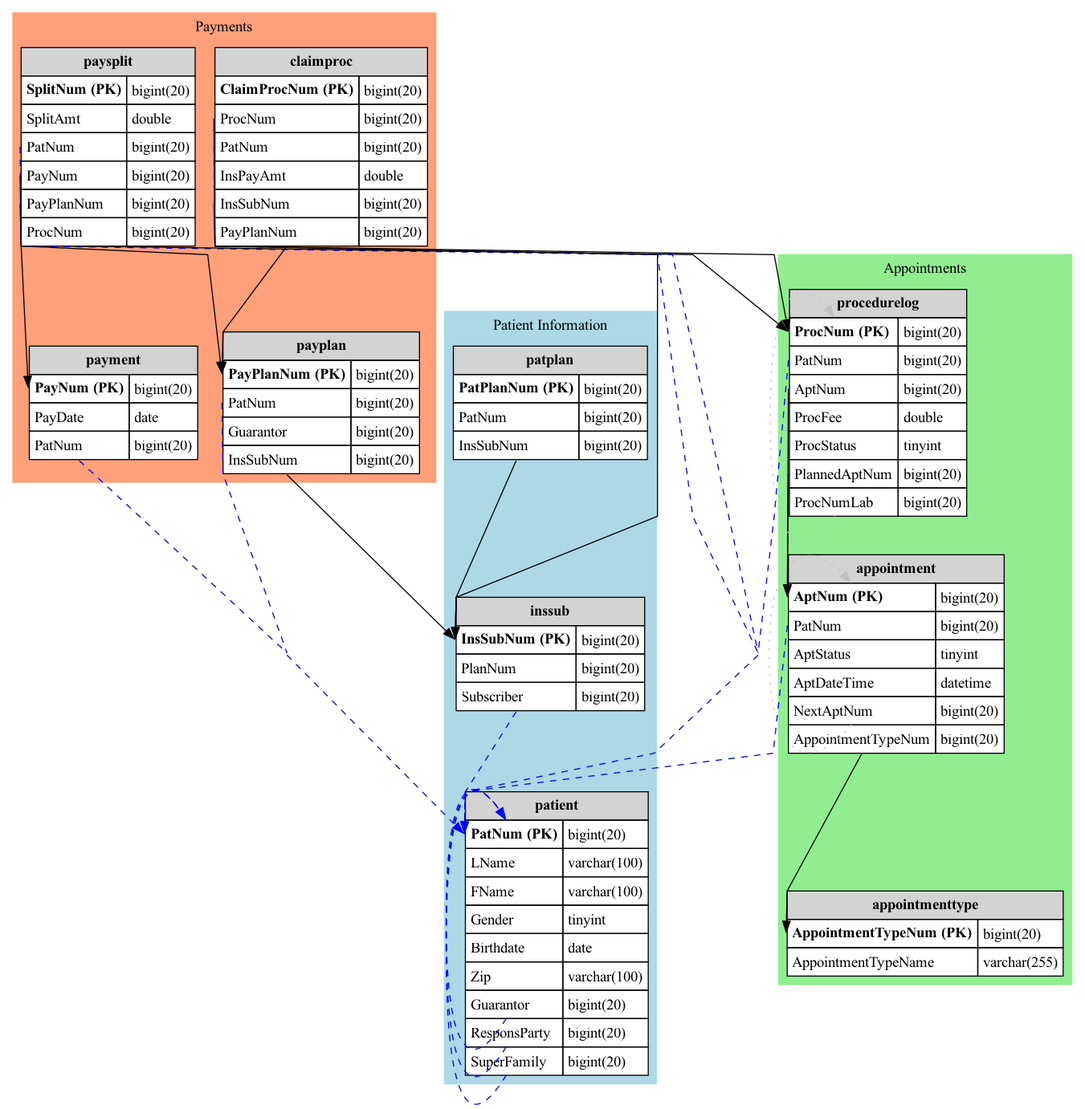
Jiang-Li/OpenDentalData keeps this Graphviz diagram as docs/database_erd.png. Above is the earlier version. Its source is kept beside it as docs/database_erd.dot.
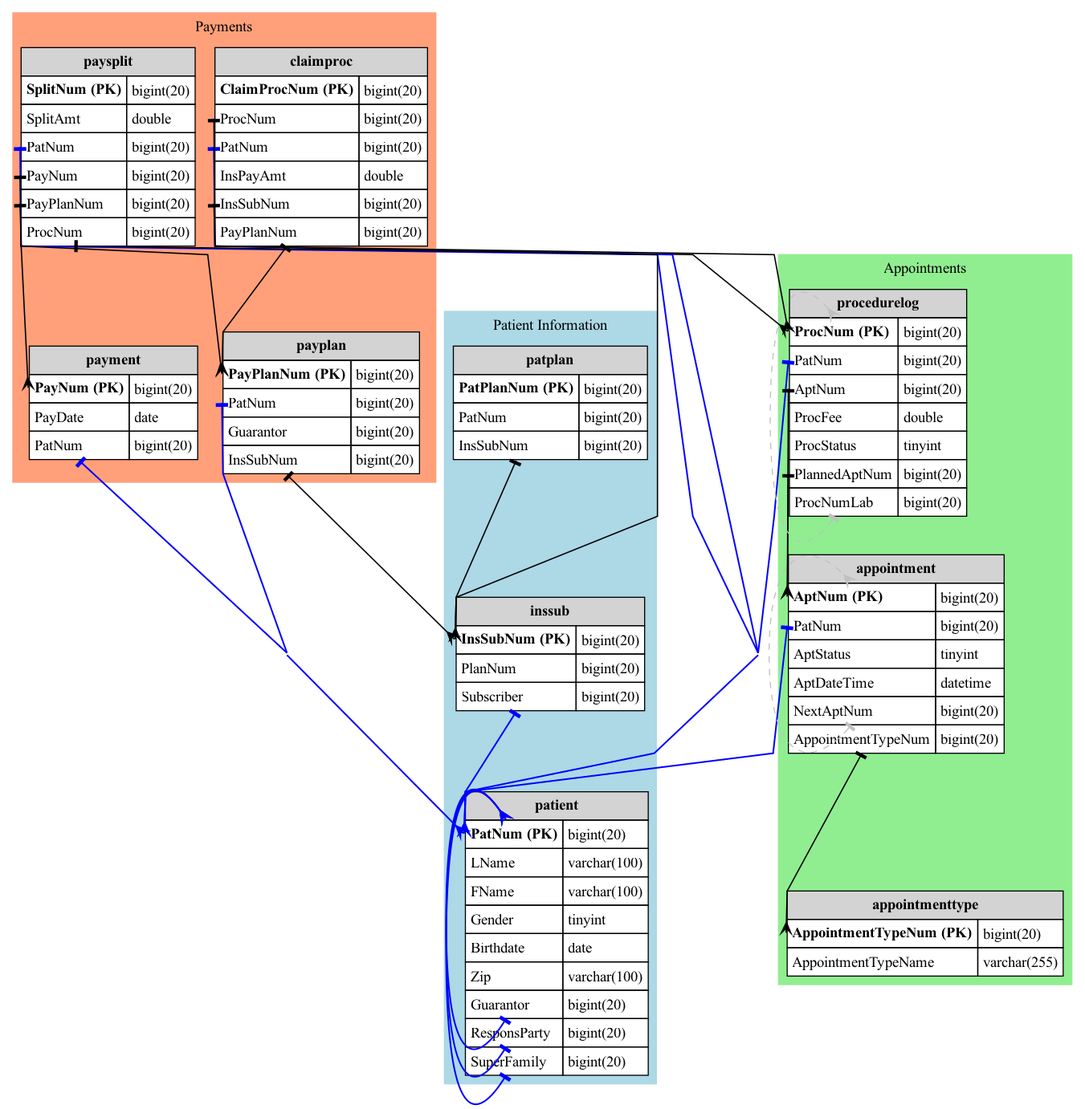
After the change.

Commit message:
Fix FK-PK relationships: - Improve foreign key detection - Ensure FKs point to PKs - Add proper crow's foot notation

What changed in the source:
```diff
@@ -1,9 +1,11 @@
 digraph G {
   rankdir="TB";
   node [shape=none, margin=0];
-  edge [fontsize=9, len=1.5];
+  edge [fontsize=9, len=1.2];
   splines=polyline;
   concentrate=true;
+  edge [dir=both];
+  edge [arrowhead=none, arrowtail=none];
   subgraph cluster_patient {
     style="filled";
     color=lightblue;
@@ -35,28 +37,28 @@
   payplan [label=<<TABLE BORDER="0" CELLBORDER="1" CELLSPACING="0" CELLPADDING="4"> <TR><TD COLSPAN="2" BGCOLOR="lightgrey"><B>payplan</B></TD></TR> <TR><TD PORT="PayPlanNum" ALIGN="LEFT"><B>PayPlanNum (PK)</B></TD><TD ALIGN="LEFT">bigint(20)</TD></TR> <TR><TD PORT="PatNum" ALIGN="LEFT">PatNum</TD><TD ALIGN="LEFT">bigint(20)</TD></TR> <TR><TD PORT="Guarantor" ALIGN="LEFT">Guarantor</TD><TD ALIGN="LEFT">bigint(20)</TD></TR> <TR><TD PORT="InsSubNum" ALIGN="LEFT">InsSubNum</TD><TD ALIGN="LEFT">bigint(20)</TD></TR> </TABLE>>];
   paysplit [label=<<TABLE BORDER="0" CELLBORDER="1" CELLSPACING="0" CELLPADDING="4"> <TR><TD COLSPAN="2" BGCOLOR="lightgrey"><B>paysplit</B></TD></TR> <TR><TD PORT="SplitNum" ALIGN="LEFT"><B>SplitNum (PK)</B></TD><TD ALIGN="LEFT">bigint(20)</TD></TR> <TR><TD PORT="SplitAmt" ALIGN="LEFT">SplitAmt</TD><TD ALIGN="LEFT">double</TD></TR> <TR><TD PORT="PatNum" ALIGN="LEFT">PatNum</TD><TD ALIGN="LEFT">bigint(20)</TD></TR> <TR><TD PORT="PayNum" ALIGN="LEFT">PayNum</TD><TD ALIGN="LEFT">bigint(20)</TD></TR> <TR><TD PORT="PayPlanNum" ALIGN="LEFT">PayPlanNum</TD><TD ALIGN="LEFT">bigint(20)</TD></TR> <TR><TD PORT="ProcNum" ALIGN="LEFT">ProcNum</TD><TD ALIGN="LEFT">bigint(20)</TD></TR> </TABLE>>];
   procedurelog [label=<<TABLE BORDER="0" CELLBORDER="1" CELLSPACING="0" CELLPADDING="4"> <TR><TD COLSPAN="2" BGCOLOR="lightgrey"><B>procedurelog</B></TD></TR> <TR><TD PORT="ProcNum" ALIGN="LEFT"><B>ProcNum (PK)</B></TD><TD ALIGN="LEFT">bigint(20)</TD></TR> <TR><TD PORT="PatNum" ALIGN="LEFT">PatNum</TD><TD ALIGN="LEFT">bigint(20)</TD></TR> <TR><TD PORT="AptNum" ALIGN="LEFT">AptNum</TD><TD ALIGN="LEFT">bigint(20)</TD></TR> <TR><TD PORT="ProcFee" ALIGN="LEFT">ProcFee</TD><TD ALIGN="LEFT">double</TD></TR> <TR><TD PORT="ProcStatus" ALIGN="LEFT">ProcStatus</TD><TD ALIGN="LEFT">tinyint</TD></TR> <TR><TD PORT="PlannedAptNum" ALIGN="LEFT">PlannedAptNum</TD><TD ALIGN="LEFT">bigint(20)</TD></TR> <TR><TD PORT="ProcNumLab" ALIGN="LEFT">ProcNumLab</TD><TD ALIGN="LEFT">bigint(20)</TD></TR> </TABLE>>];
-  appointment:PatNum -> patient:PatNum [color=blue, style=dashed];
-  appointment:NextAptNum -> appointment:AptNum [color=gray, style=dotted];
-  appointment:AppointmentTypeNum -> appointmenttype:AppointmentTypeNum [color=black];
-  claimproc:ProcNum -> procedurelog:ProcNum [color=black];
-  claimproc:PatNum -> patient:PatNum [color=blue, style=dashed];
-  claimproc:InsSubNum -> inssub:InsSubNum [color=black];
-  claimproc:PayPlanNum -> payplan:PayPlanNum [color=black];
-  inssub:Subscriber -> patient:PatNum [color=blue, style=dashed];
-  patient:Guarantor -> patient:PatNum [color=blue, style=dashed];
-  patient:ResponsParty -> patient:PatNum [color=blue, style=dashed];
-  patient:SuperFamily -> patient:PatNum [color=blue, style=dashed];
-  patplan:InsSubNum -> inssub:InsSubNum [color=black];
-  payment:PatNum -> patient:PatNum [color=blue, style=dashed];
-  payplan:PatNum -> patient:PatNum [color=blue, style=dashed];
-  payplan:Guarantor -> patient:PatNum [color=blue, style=dashed];
-  payplan:InsSubNum -> inssub:InsSubNum [color=black];
-  paysplit:PatNum -> patient:PatNum [color=blue, style=dashed];
-  paysplit:PayNum -> payment:PayNum [color=black];
-  paysplit:PayPlanNum -> payplan:PayPlanNum [color=black];
-  paysplit:ProcNum -> procedurelog:ProcNum [color=black];
-  procedurelog:PatNum -> patient:PatNum [color=blue, style=dashed];
-  procedurelog:AptNum -> appointment:AptNum [color=black];
-  procedurelog:PlannedAptNum -> appointment:AptNum [color=black];
-  procedurelog:ProcNumLab -> procedurelog:ProcNum [color=gray, style=dotted];
+  appointment:PatNum -> patient:PatNum [color=blue, penwidth=1.5, arrowhead="crow", arrowtail="tee"];
+  appointment:NextAptNum -> appointment:AptNum [color=gray, style=dashed, arrowhead="crow", arrowtail="tee"];
+  appointment:AppointmentTypeNum -> appointmenttype:AppointmentTypeNum [color=black, penwidth=1.2, arrowhead="crow", arrowtail="tee"];
+  claimproc:ProcNum -> procedurelog:ProcNum [color=black, penwidth=1.2, arrowhead="crow", arrowtail="tee"];
+  claimproc:PatNum -> patient:PatNum [color=blue, penwidth=1.5, arrowhead="crow", arrowtail="tee"];
+  claimproc:InsSubNum -> inssub:InsSubNum [color=black, penwidth=1.2, arrowhead="crow", arrowtail="tee"];
+  claimproc:PayPlanNum -> payplan:PayPlanNum [color=black, penwidth=1.2, arrowhead="crow", arrowtail="tee"];
+  inssub:Subscriber -> patient:PatNum [color=blue, penwidth=1.5, arrowhead="crow", arrowtail="tee"];
+  patient:Guarantor -> patient:PatNum [color=blue, penwidth=1.5, arrowhead="crow", arrowtail="tee"];
+  patient:ResponsParty -> patient:PatNum [color=blue, penwidth=1.5, arrowhead="crow", arrowtail="tee"];
+  patient:SuperFamily -> patient:PatNum [color=blue, penwidth=1.5, arrowhead="crow", arrowtail="tee"];
+  patplan:InsSubNum -> inssub:InsSubNum [color=black, penwidth=1.2, arrowhead="crow", arrowtail="tee"];
+  payment:PatNum -> patient:PatNum [color=blue, penwidth=1.5, arrowhead="crow", arrowtail="tee"];
+  payplan:PatNum -> patient:PatNum [color=blue, penwidth=1.5, arrowhead="crow", arrowtail="tee"];
+  payplan:Guarantor -> patient:PatNum [color=blue, penwidth=1.5, arrowhead="crow", arrowtail="tee"];
+  payplan:InsSubNum -> inssub:InsSubNum [color=black, penwidth=1.2, arrowhead="crow", arrowtail="tee"];
+  paysplit:PatNum -> patient:PatNum [color=blue, penwidth=1.5, arrowhead="crow", arrowtail="tee"];
+  paysplit:PayNum -> payment:PayNum [color=black, penwidth=1.2, arrowhead="crow", arrowtail="tee"];
+  paysplit:PayPlanNum -> payplan:PayPlanNum [color=black, penwidth=1.2, arrowhead="crow", arrowtail="tee"];
+  paysplit:ProcNum -> procedurelog:ProcNum [color=black, penwidth=1.2, arrowhead="crow", arrowtail="tee"];
+  procedurelog:PatNum -> patient:PatNum [color=blue, penwidth=1.5, arrowhead="crow", arrowtail="tee"];
+  procedurelog:AptNum -> appointment:AptNum [color=black, penwidth=1.2, arrowhead="crow", arrowtail="tee"];
+  procedurelog:PlannedAptNum -> appointment:AptNum [color=black, penwidth=1.2, arrowhead="crow", arrowtail="tee"];
+  procedurelog:ProcNumLab -> procedurelog:ProcNum [color=gray, style=dashed, arrowhead="crow", arrowtail="tee"];
 }
```
